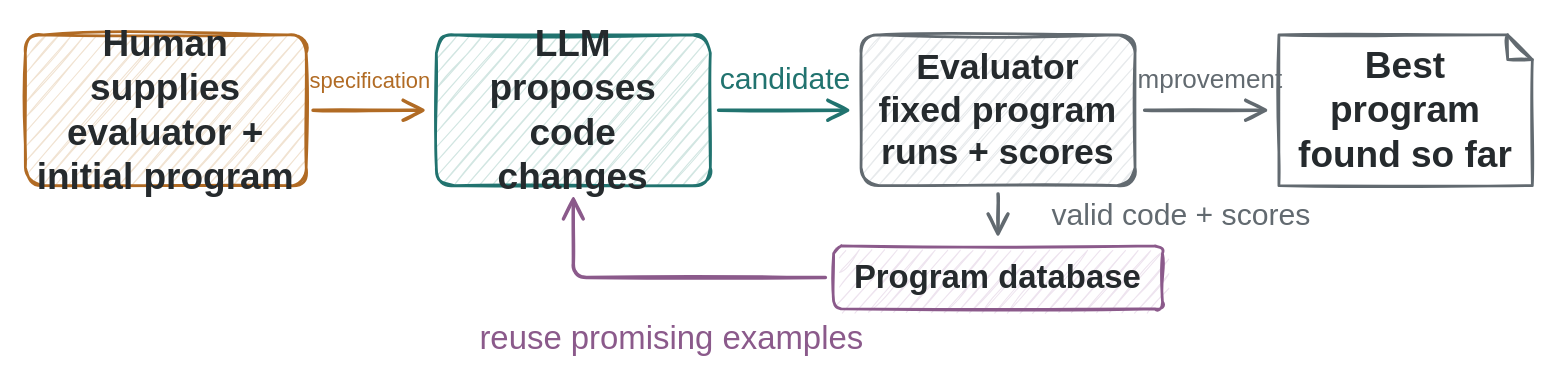
Above: assets/funsearch_workflow.drawio in MathisRost/agentic-ai-math (draw.io), before the change. Source tidied: cells renumbered, new cells numbered last; positions are measured from the earlier drawing's top-left corner, leaving out a move shared by most shapes. Both pictures are drawn from the tidied source at 137%, with x=0, y=0 at pixel (25, 34).
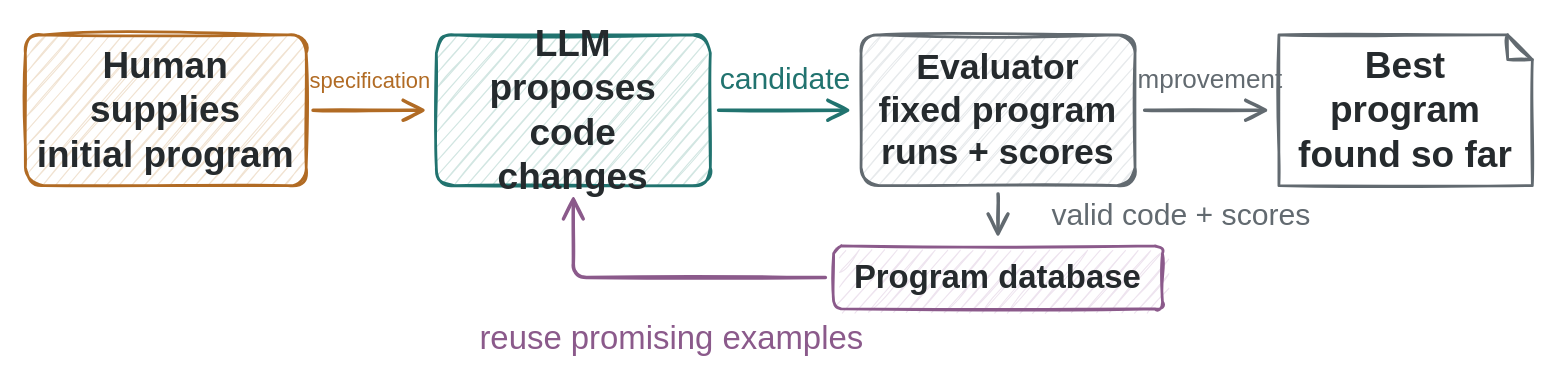
The same diagram, later.

Commit message (it also covers changes not shown here):
Simplify FunSearch initial program label

The edit, as a diff of the source:
```diff
@@
-    <mxCell id="2" value="Human supplies&#10;evaluator +&#10;initial program" style="rounded=1;arcSize=12;sketch=1;comic=0;jiggle=1.2;strokeWidth=2;fillStyle=hachure;hachureGap=7;fillWeight=0.8;html=0;whiteSpace=wrap;align=center;verticalAlign=middle;spacing=6;strokeColor=#B16B24;fillColor=#F1E3D2;fontFamily=Kalam;fontSize=27;fontColor=#252A2D;fontStyle=1;" parent="1" vertex="1">
+    <mxCell id="2" value="Human supplies&#10;initial program" style="rounded=1;arcSize=12;sketch=1;comic=0;jiggle=1.2;strokeWidth=2;fillStyle=hachure;hachureGap=7;fillWeight=0.8;html=0;whiteSpace=wrap;align=center;verticalAlign=middle;spacing=6;strokeColor=#B16B24;fillColor=#F1E3D2;fontFamily=Kalam;fontSize=27;fontColor=#252A2D;fontStyle=1;" parent="1" vertex="1">
       <mxGeometry width="205" height="110" as="geometry" />
     </mxCell>
```
